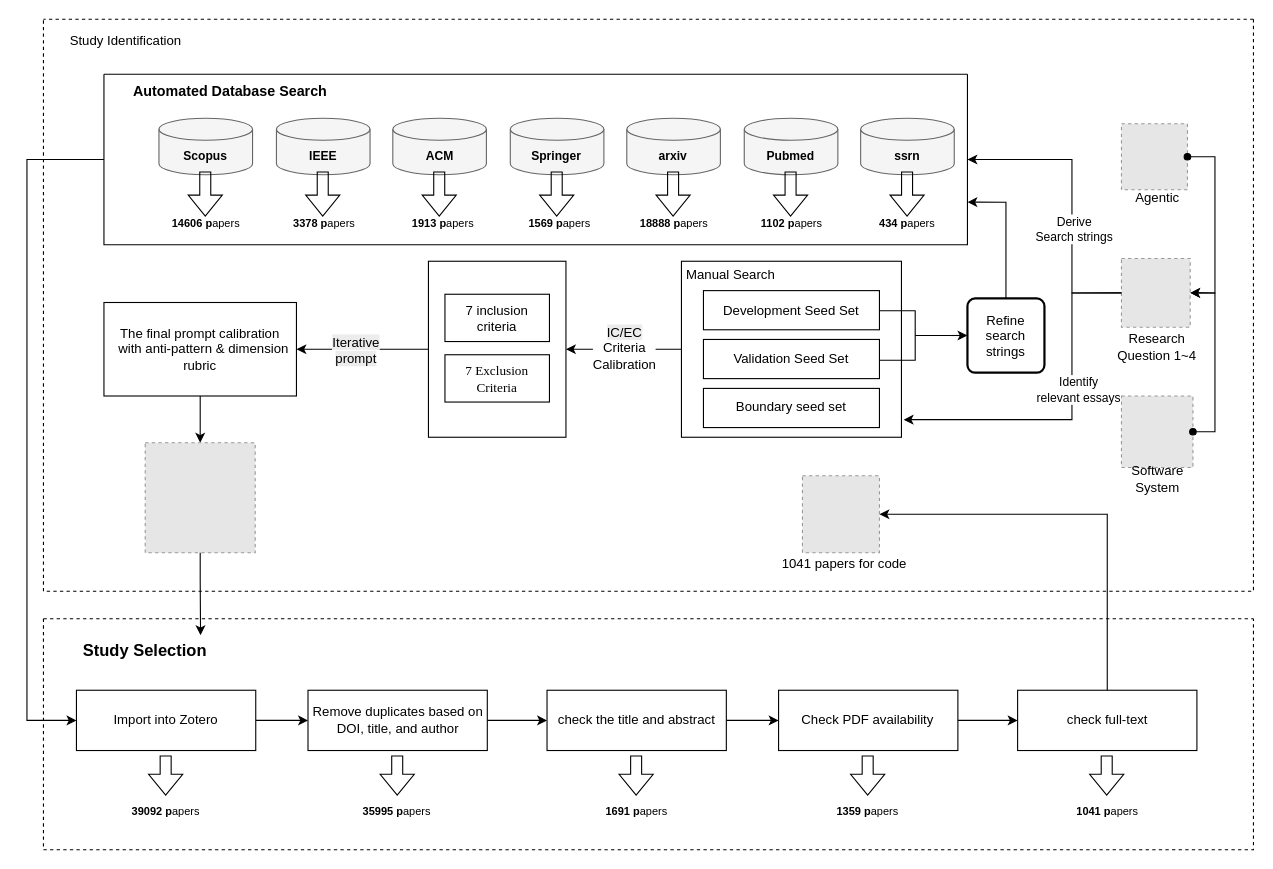
Earlier version of the draw.io diagram flowchart/Flow Diagram.drawio (xdsselab/AgenticSMS). Source tidied: cells renumbered, new cells numbered last; positions are measured from the earlier drawing's top-left corner, leaving out a move shared by most shapes. Both pictures are drawn from the tidied source at 110%, with x=0, y=0 at pixel (26, 19). Pictures stored in the file or linked from it are replaced by grey dashed boxes.
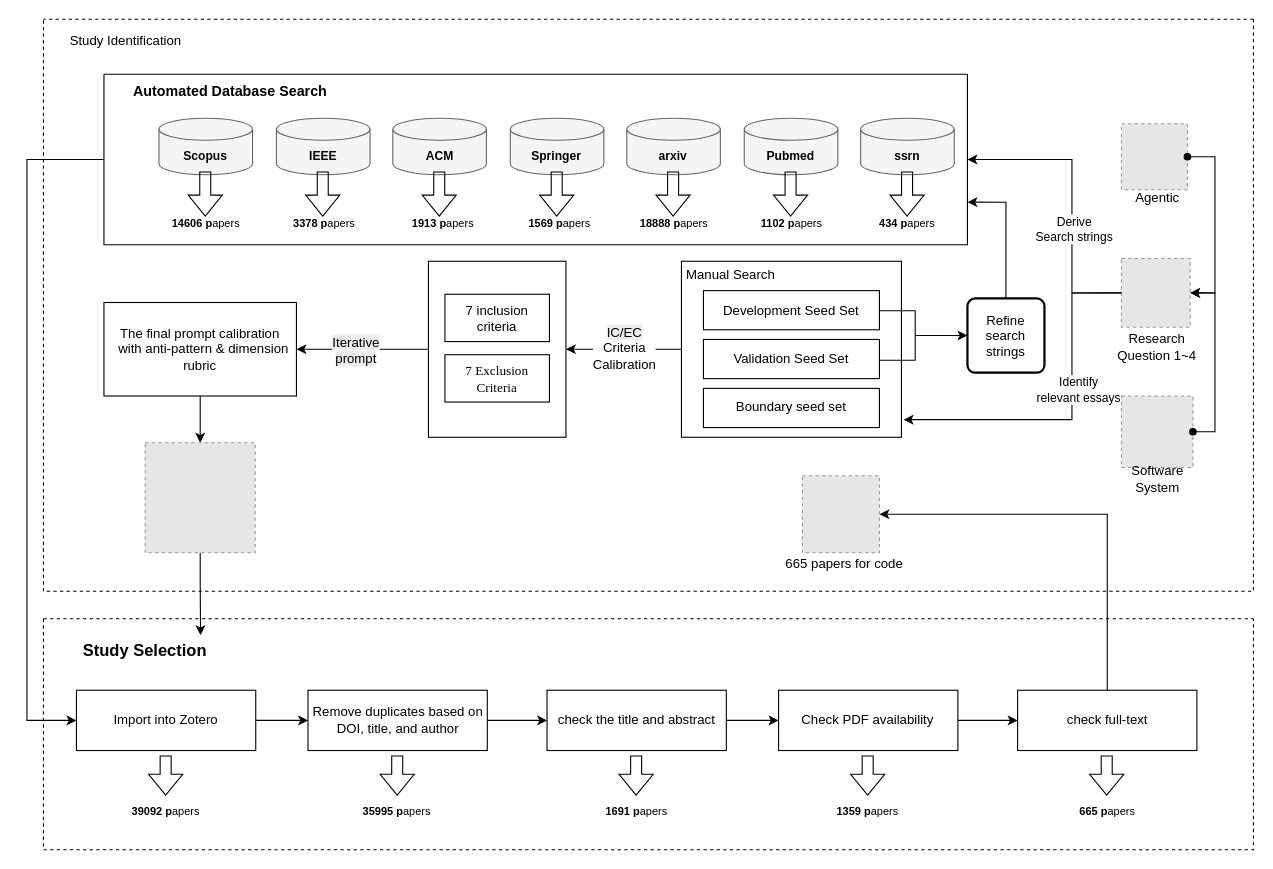
The same page after the edit.

Unchanged cells that the change refers to:
```xml
<mxCell id="2" style="swimlane;startSize=0;dashed=1;flipH=1;legacyAnchorPoints=0;" parent="1" vertex="1">
  <mxGeometry x="15" width="1100" height="520" as="geometry" />
</mxCell>
<mxCell id="69" style="swimlane;startSize=0;dashed=1;" parent="1" vertex="1">
  <mxGeometry x="15" y="545" width="1100" height="210" as="geometry" />
</mxCell>
```

The edit, as a diff of the source:
```diff
@@
-    <mxCell id="64" value="1041&lt;span style=&quot;background-color: transparent; color: light-dark(rgb(0, 0, 0), rgb(255, 255, 255));&quot;&gt;&amp;nbsp;papers for code&lt;/span&gt;&lt;span style=&quot;background-color: transparent; color: light-dark(rgb(0, 0, 0), rgb(255, 255, 255));&quot;&gt;&amp;nbsp;&lt;/span&gt;" style="text;html=1;whiteSpace=wrap;strokeColor=none;fillColor=none;align=center;verticalAlign=middle;rounded=0;" parent="2" vertex="1">
+    <mxCell id="64" value="&lt;span style=&quot;background-color: transparent; color: light-dark(rgb(0, 0, 0), rgb(255, 255, 255));&quot;&gt;665 papers for code&lt;/span&gt;&lt;span style=&quot;background-color: transparent; color: light-dark(rgb(0, 0, 0), rgb(255, 255, 255));&quot;&gt;&amp;nbsp;&lt;/span&gt;" style="text;html=1;whiteSpace=wrap;strokeColor=none;fillColor=none;align=center;verticalAlign=middle;rounded=0;" parent="2" vertex="1">
       <mxGeometry x="670" y="480" width="120" height="30" as="geometry" />
     </mxCell>
@@
-    <mxCell id="81" value="&lt;font style=&quot;font-size: 10px;&quot;&gt;&lt;b style=&quot;&quot;&gt;1041&amp;nbsp;&lt;/b&gt;&lt;/font&gt;&lt;b style=&quot;font-size: 10px; background-color: transparent; color: light-dark(rgb(0, 0, 0), rgb(255, 255, 255));&quot;&gt;p&lt;/b&gt;&lt;span style=&quot;font-size: 10px; background-color: transparent; color: light-dark(rgb(0, 0, 0), rgb(255, 255, 255));&quot;&gt;apers&lt;/span&gt;" style="text;html=1;whiteSpace=wrap;strokeColor=none;fillColor=none;align=center;verticalAlign=middle;rounded=0;" parent="69" vertex="1">
+    <mxCell id="81" value="&lt;font style=&quot;font-size: 10px;&quot;&gt;&lt;b style=&quot;&quot;&gt;665&amp;nbsp;&lt;/b&gt;&lt;/font&gt;&lt;b style=&quot;font-size: 10px; background-color: transparent; color: light-dark(rgb(0, 0, 0), rgb(255, 255, 255));&quot;&gt;p&lt;/b&gt;&lt;span style=&quot;font-size: 10px; background-color: transparent; color: light-dark(rgb(0, 0, 0), rgb(255, 255, 255));&quot;&gt;apers&lt;/span&gt;" style="text;html=1;whiteSpace=wrap;strokeColor=none;fillColor=none;align=center;verticalAlign=middle;rounded=0;" parent="69" vertex="1">
       <mxGeometry x="919.5" y="160.9" width="95.1" height="27.4" as="geometry" />
     </mxCell>
```
